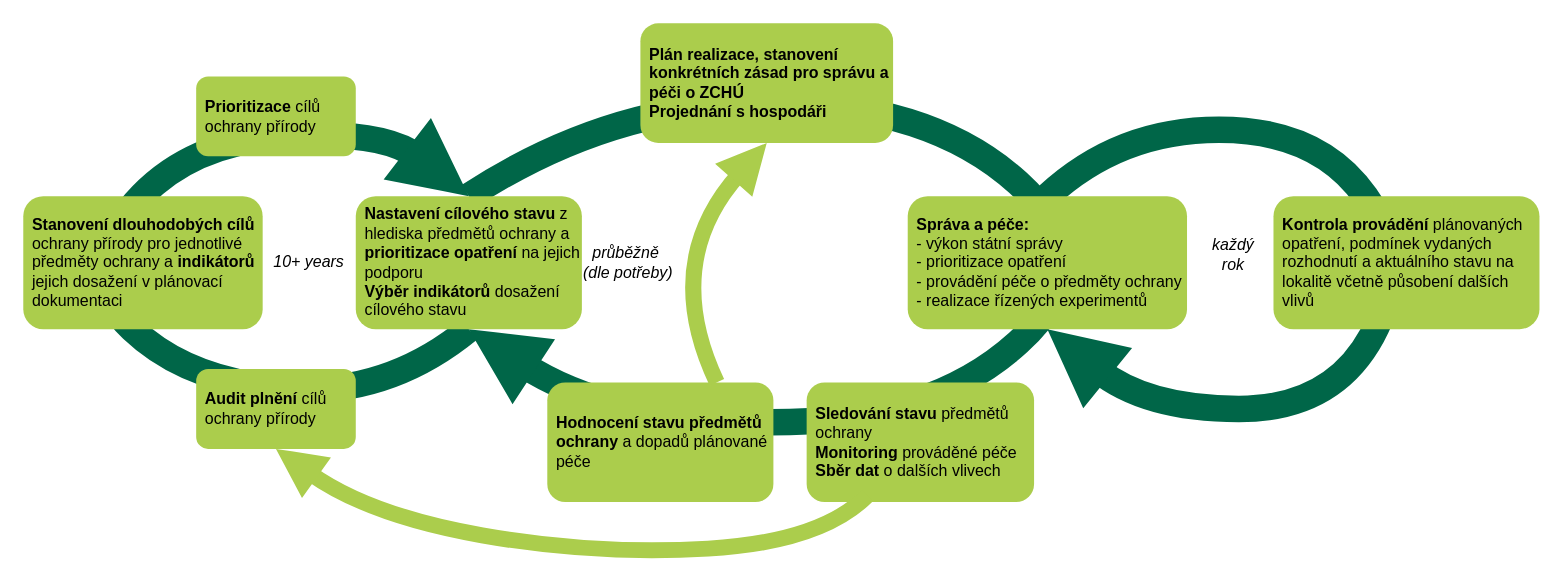
Earlier version of the draw.io diagram Data/Diagrams/amc_cz.drawio (BiodivMonCZ/host_naturecz). Source tidied: cells renumbered, new cells numbered last; positions are measured from the earlier drawing's top-left corner, leaving out a move shared by most shapes. Both pictures are drawn from the tidied source at 133%, with x=0, y=0 at pixel (23, 23).
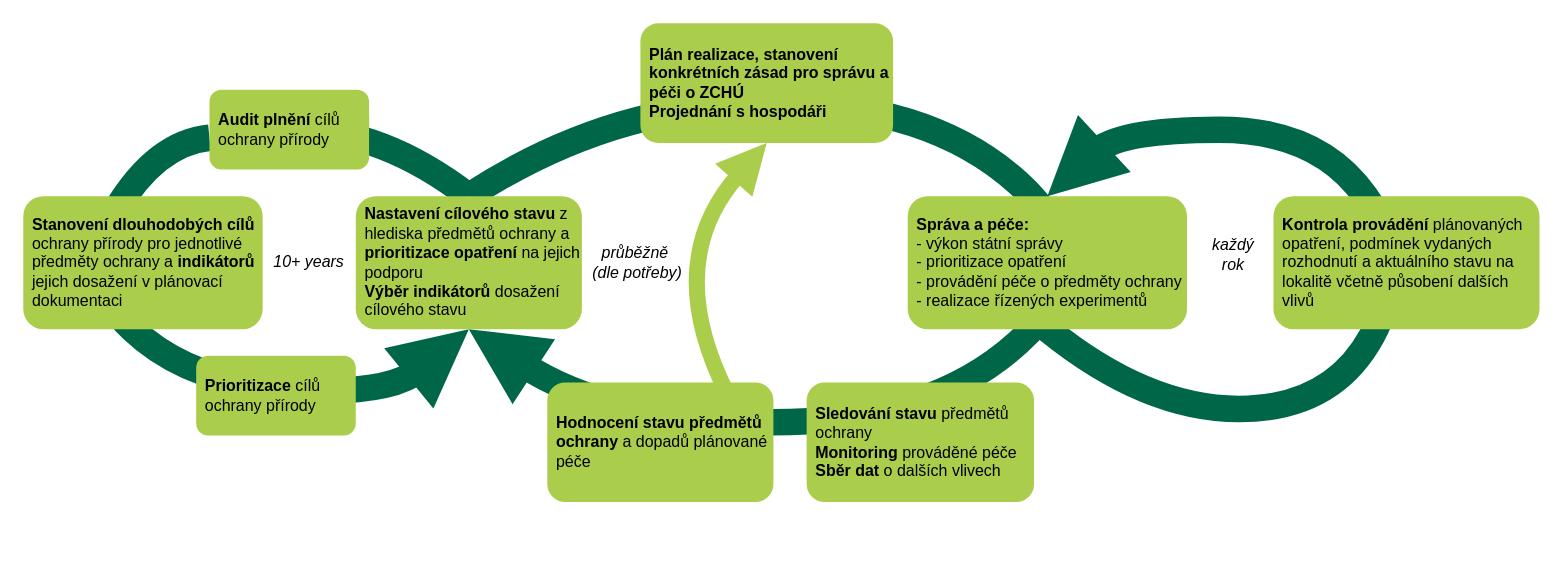
After the change.

Commit message:
aktualizace smeru

Unchanged cells that the change refers to:
```xml
<mxCell id="7" value="&lt;span style=&quot;font-size: 12px;&quot;&gt;&lt;b&gt;Hodnocení stavu předmětů ochrany&lt;/b&gt; a dopadů plánované péče&lt;/span&gt;" style="rounded=1;whiteSpace=wrap;html=1;align=left;spacingLeft=5;fontSize=12;fillColor=#ABCD4C;strokeColor=none;fontStyle=0;" parent="1" vertex="1">
  <mxGeometry x="394" y="270" width="170" height="90" as="geometry" />
</mxCell>
<mxCell id="8" value="Plán realizace, stanovení konkrétních zásad pro správu a péči o ZCHÚ&lt;br&gt;Projednání s hospodáři" style="rounded=1;whiteSpace=wrap;html=1;align=left;spacingLeft=5;fontStyle=1;fillColor=#ABCD4C;strokeColor=none;" parent="1" vertex="1">
  <mxGeometry x="464" width="190" height="90" as="geometry" />
</mxCell>
<mxCell id="10" value="&lt;b&gt;Správa a péče:&lt;/b&gt;&lt;br&gt;- výkon státní správy&lt;br&gt;- prioritizace opatření&lt;br&gt;- provádění péče o předměty ochrany&lt;br&gt;- realizace řízených experimentů" style="rounded=1;whiteSpace=wrap;html=1;align=left;verticalAlign=middle;horizontal=1;spacingLeft=5;fillColor=#ABCD4C;strokeColor=none;" parent="1" vertex="1">
  <mxGeometry x="665" y="130" width="210" height="100" as="geometry" />
</mxCell>
<mxCell id="11" value="Sledování stavu &lt;span style=&quot;font-weight: normal;&quot;&gt;předmětů ochrany&lt;/span&gt;&lt;br&gt;Monitoring &lt;span style=&quot;font-weight: normal;&quot;&gt;prováděné péče&lt;/span&gt;&lt;br&gt;Sběr dat &lt;span style=&quot;font-weight: normal;&quot;&gt;o dalších vlivech&lt;/span&gt;" style="rounded=1;whiteSpace=wrap;html=1;align=left;verticalAlign=middle;horizontal=1;spacingLeft=5;fontStyle=1;fillColor=#ABCD4C;strokeColor=none;" parent="1" vertex="1">
  <mxGeometry x="589" y="270" width="171" height="90" as="geometry" />
</mxCell>
```

Diff of the diagram source:
```diff
@@
-    <mxCell id="2" style="curved=1;endArrow=block;html=1;rounded=0;strokeWidth=20;align=left;spacingLeft=5;fillColor=#dae8fc;strokeColor=#006648;exitX=0.5;exitY=0;exitDx=0;exitDy=0;entryX=0.5;entryY=1;entryDx=0;entryDy=0;endFill=1;sourcePerimeterSpacing=-5;" parent="1" edge="1" source="10" target="10">
+    <mxCell id="2" style="curved=1;endArrow=block;html=1;rounded=0;strokeWidth=20;align=left;spacingLeft=5;fillColor=#dae8fc;strokeColor=#006648;exitX=0.5;exitY=1;exitDx=0;exitDy=0;entryX=0.5;entryY=0;entryDx=0;entryDy=0;endFill=1;targetPerimeterSpacing=-5;" parent="1" edge="1" source="10" target="10">
       <mxGeometry relative="1" as="geometry">
         <Array as="points">
+          <mxPoint x="844" y="290" />
+          <mxPoint x="984" y="290" />
+          <mxPoint x="1044" y="180" />
+          <mxPoint x="974" y="80" />
           <mxPoint x="824" y="80" />
-          <mxPoint x="974" y="80" />
-          <mxPoint x="1044" y="180" />
-          <mxPoint x="984" y="290" />
-          <mxPoint x="844" y="290" />
         </Array>
       </mxGeometry>
     </mxCell>
@@
-    <mxCell id="4" style="curved=1;endArrow=block;html=1;rounded=0;strokeWidth=20;align=left;spacingLeft=5;fillColor=#dae8fc;strokeColor=#006648;entryX=0.5;entryY=0;entryDx=0;entryDy=0;endFill=1;exitX=0.5;exitY=1;exitDx=0;exitDy=0;sourcePerimeterSpacing=-5;" parent="1" edge="1" source="5" target="5">
+    <mxCell id="4" style="curved=1;endArrow=block;html=1;rounded=0;strokeWidth=20;align=left;spacingLeft=5;fillColor=#dae8fc;strokeColor=#006648;entryX=0.5;entryY=1;entryDx=0;entryDy=0;endFill=1;targetPerimeterSpacing=-5;" parent="1" edge="1" source="13" target="5">
       <mxGeometry relative="1" as="geometry">
         <Array as="points">
+          <mxPoint x="100" y="90" />
+          <mxPoint x="40" y="190" />
+          <mxPoint x="124" y="270" />
           <mxPoint x="274" y="280" />
-          <mxPoint x="124" y="270" />
-          <mxPoint x="40" y="190" />
-          <mxPoint x="120" y="90" />
-          <mxPoint x="270" y="80" />
         </Array>
       </mxGeometry>
     </mxCell>
-    <mxCell id="5" value="&lt;b&gt;Nastavení cílového stavu&lt;/b&gt; z hlediska předmětů ochrany a&amp;nbsp; &lt;b&gt;prioritizace opatření &lt;/b&gt;na jejich podporu&lt;br&gt;&lt;b&gt;Výběr indikátorů &lt;/b&gt;dosažení cílového stavu" style="rounded=1;whiteSpace=wrap;html=1;align=left;spacingLeft=5;fillColor=#ABCD4C;strokeColor=none;" parent="1" vertex="1">
-      <mxGeometry x="250" y="130" width="170" height="100" as="geometry" />
-    </mxCell>
@@
     <mxCell id="9" value="&lt;b&gt;Prioritizace&lt;/b&gt; cílů ochrany přírody" style="rounded=1;whiteSpace=wrap;html=1;align=left;spacingLeft=5;fillColor=#ABCD4C;strokeColor=none;" parent="1" vertex="1">
-      <mxGeometry x="130" y="40" width="120" height="60" as="geometry" />
+      <mxGeometry x="130" y="250" width="120" height="60" as="geometry" />
     </mxCell>
@@
-    <mxCell id="13" value="&lt;b&gt;Audit plnění&lt;/b&gt; cílů ochrany přírody" style="rounded=1;whiteSpace=wrap;html=1;align=left;spacingLeft=5;fillColor=#ABCD4C;strokeColor=none;" parent="1" vertex="1">
-      <mxGeometry x="130" y="260" width="120" height="60" as="geometry" />
-    </mxCell>
-    <mxCell id="14" style="curved=1;endArrow=block;html=1;rounded=0;strokeWidth=12;align=left;spacingLeft=5;fillColor=#dae8fc;strokeColor=#abcd4c;entryX=0.5;entryY=1;entryDx=0;entryDy=0;textOpacity=60;startFill=1;endFill=1;targetPerimeterSpacing=0;sourcePerimeterSpacing=-5;" parent="1" edge="1" source="11" target="13">
-      <mxGeometry relative="1" as="geometry">
-        <Array as="points">
-          <mxPoint x="600" y="390" />
-          <mxPoint x="430" y="400" />
-          <mxPoint x="260" y="370" />
-        </Array>
-      </mxGeometry>
-    </mxCell>
-    <mxCell id="15" style="curved=1;endArrow=block;html=1;rounded=0;strokeWidth=12;align=left;spacingLeft=5;fillColor=#dae8fc;strokeColor=#abcd4c;textOpacity=60;startFill=1;endFill=1;sourcePerimeterSpacing=-18;entryX=0.5;entryY=1;entryDx=0;entryDy=0;exitX=0.75;exitY=0;exitDx=0;exitDy=0;targetPerimeterSpacing=32;startSize=43;" parent="1" edge="1" source="7" target="8">
+    <mxCell id="15" style="curved=1;endArrow=block;html=1;rounded=0;strokeWidth=12;align=left;spacingLeft=5;fillColor=#dae8fc;strokeColor=#abcd4c;textOpacity=60;startFill=1;endFill=1;sourcePerimeterSpacing=-18;entryX=0.5;entryY=1;entryDx=0;entryDy=0;targetPerimeterSpacing=32;startSize=43;" parent="1" edge="1" target="8">
       <mxGeometry relative="1" as="geometry">
+        <mxPoint x="530" y="280" as="sourcePoint" />
         <Array as="points">
           <mxPoint x="479" y="180" />
         </Array>
       </mxGeometry>
     </mxCell>
     <mxCell id="16" value="průběžně&amp;nbsp;&lt;br&gt;(dle potřeby)" style="text;html=1;strokeColor=none;fillColor=none;align=center;verticalAlign=middle;whiteSpace=wrap;rounded=0;fontStyle=2;" parent="1" vertex="1">
-      <mxGeometry x="420" y="160" width="70" height="40" as="geometry" />
+      <mxGeometry x="427" y="160" width="70" height="40" as="geometry" />
     </mxCell>
@@
+    <mxCell id="19" style="curved=1;endArrow=none;html=1;rounded=0;strokeWidth=20;align=left;spacingLeft=5;fillColor=#dae8fc;strokeColor=#006648;endFill=0;exitX=0.5;exitY=0;exitDx=0;exitDy=0;targetPerimeterSpacing=-5;entryX=1;entryY=0.5;entryDx=0;entryDy=0;" parent="1" edge="1" source="5" target="13">
+      <mxGeometry relative="1" as="geometry">
+        <Array as="points">
+          <mxPoint x="270" y="80" />
+          <mxPoint x="140" y="80" />
+        </Array>
+      </mxGeometry>
+    </mxCell>
+    <mxCell id="13" value="&lt;b&gt;Audit plnění&lt;/b&gt; cílů ochrany přírody" style="rounded=1;whiteSpace=wrap;html=1;align=left;spacingLeft=5;fillColor=#ABCD4C;strokeColor=none;" parent="1" vertex="1">
+      <mxGeometry x="140" y="50" width="120" height="60" as="geometry" />
+    </mxCell>
+    <mxCell id="5" value="&lt;b&gt;Nastavení cílového stavu&lt;/b&gt; z hlediska předmětů ochrany a&amp;nbsp; &lt;b&gt;prioritizace opatření &lt;/b&gt;na jejich podporu&lt;br&gt;&lt;b&gt;Výběr indikátorů &lt;/b&gt;dosažení cílového stavu" style="rounded=1;whiteSpace=wrap;html=1;align=left;spacingLeft=5;fillColor=#ABCD4C;strokeColor=none;" parent="1" vertex="1">
+      <mxGeometry x="250" y="130" width="170" height="100" as="geometry" />
+    </mxCell>
```
